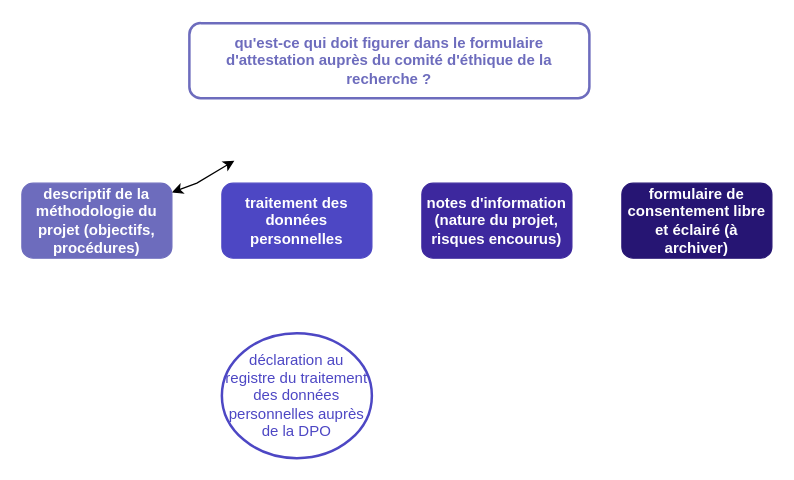
Above: Diagramme sans nom.drawio in damienbelveze/comite_ethique_diagramme (draw.io), before the change. Source tidied: cells renumbered, new cells numbered last; positions are measured from the earlier drawing's top-left corner, leaving out a move shared by most shapes. Both pictures are drawn from the tidied source at 125%, with x=0, y=0 at pixel (21, 22).
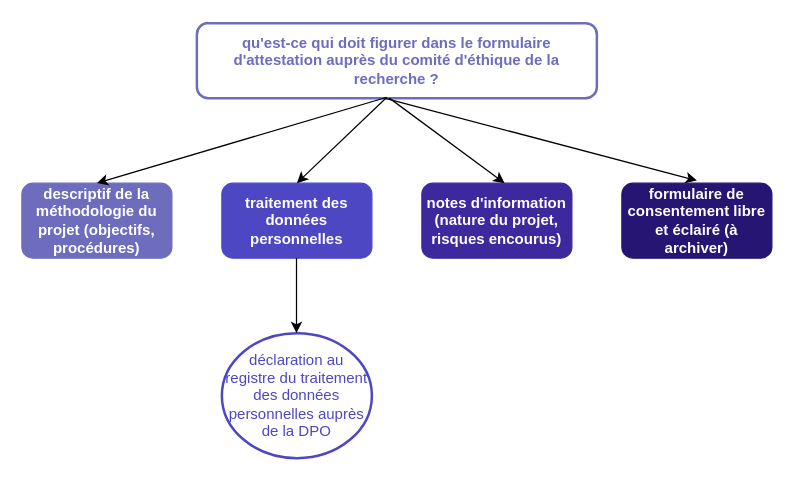
The same page after the edit.

Commit message:
Mettre à jour Diagramme sans nom.drawio

The edit, as a diff of the source:
```diff
@@
 <mxGraphModel>
   <root>
     <mxCell id="0" />
     <mxCell id="1" parent="0" />
     <mxCell id="2" value="qu'est-ce qui doit figurer dans le formulaire d'attestation auprès du comité d'éthique de la recherche ?" style="rounded=1;whiteSpace=wrap;html=1;strokeWidth=2;strokeColor=#6d6cbd;fontColor=#6d6cbd;fontStyle=1;" parent="1" vertex="1">
-      <mxGeometry x="134" width="320" height="60" as="geometry" />
+      <mxGeometry x="140" width="320" height="60" as="geometry" />
     </mxCell>
-    <mxCell id="3" style="endArrow=classic;startArrow=classic;html=1;rounded=0;" parent="1" edge="1" target="4">
-      <mxGeometry relative="1" as="geometry">
-        <mxPoint x="170" y="110" as="sourcePoint" />
-        <Array as="points">
-          <mxPoint x="140" y="128" />
-        </Array>
-      </mxGeometry>
-    </mxCell>
     <mxCell id="4" value="&lt;div&gt;descriptif de la méthodologie du projet (objectifs, procédures)&lt;/div&gt;" style="rounded=1;whiteSpace=wrap;html=1;gradientColor=none;fillColor=#6d6cbd;fontColor=#ffffff;fontStyle=1;strokeColor=#6d6cbd;" parent="1" vertex="1">
       <mxGeometry y="128" width="120" height="60" as="geometry" />
     </mxCell>
     <mxCell id="5" value="traitement des données personnelles" style="rounded=1;whiteSpace=wrap;html=1;strokeColor=#4d47c4;strokeWidth=1;fillColor=#4d47c4;fontStyle=1;fontColor=#ffffff;" parent="1" vertex="1">
       <mxGeometry x="160" y="128" width="120" height="60" as="geometry" />
     </mxCell>
     <mxCell id="6" value="notes d'information (nature du projet, risques encourus)" style="rounded=1;whiteSpace=wrap;html=1;fillColor=#3d289e;strokeColor=#3d289e;fontStyle=1;fontColor=#ffffff;" parent="1" vertex="1">
       <mxGeometry x="320" y="128" width="120" height="60" as="geometry" />
     </mxCell>
     <mxCell id="7" value="formulaire de consentement libre et éclairé (à archiver)" style="rounded=1;whiteSpace=wrap;html=1;fontColor=#ffffff;fillColor=#261573;strokeColor=#261573;fontStyle=1;" parent="1" vertex="1">
       <mxGeometry x="480" y="128" width="120" height="60" as="geometry" />
     </mxCell>
     <mxCell id="8" value="déclaration au registre du traitement des données personnelles auprès de la DPO" style="ellipse;whiteSpace=wrap;html=1;fontColor=#4d47c4;strokeColor=#4d47c4;strokeWidth=2;" parent="1" vertex="1">
       <mxGeometry x="160" y="248" width="120" height="100" as="geometry" />
     </mxCell>
+    <mxCell id="9" style="endArrow=classic;html=1;rounded=0;entryX=0.297;entryY=0.943;entryDx=0;entryDy=0;entryPerimeter=0;exitX=0.473;exitY=0.992;exitDx=0;exitDy=0;exitPerimeter=0;" parent="1" edge="1" source="2">
+      <mxGeometry relative="1" as="geometry">
+        <mxPoint x="60" y="128" as="targetPoint" />
+      </mxGeometry>
+    </mxCell>
+    <mxCell id="10" style="endArrow=classic;html=1;rounded=0;entryX=0.5;entryY=0;entryDx=0;entryDy=0;exitX=0.475;exitY=0.988;exitDx=0;exitDy=0;exitPerimeter=0;" parent="1" edge="1" source="2" target="5">
+      <mxGeometry relative="1" as="geometry" />
+    </mxCell>
+    <mxCell id="11" style="endArrow=classic;html=1;rounded=0;entryX=0.5;entryY=0;entryDx=0;entryDy=0;exitX=0.462;exitY=1.049;exitDx=0;exitDy=0;exitPerimeter=0;" parent="1" edge="1">
+      <mxGeometry relative="1" as="geometry">
+        <mxPoint x="294" y="60" as="sourcePoint" />
+        <mxPoint x="386.2" y="128" as="targetPoint" />
+      </mxGeometry>
+    </mxCell>
+    <mxCell id="12" style="endArrow=classic;html=1;rounded=0;entryX=0.5;entryY=0;entryDx=0;entryDy=0;" parent="1" edge="1">
+      <mxGeometry relative="1" as="geometry">
+        <mxPoint x="290" y="60" as="sourcePoint" />
+        <mxPoint x="540" y="126" as="targetPoint" />
+      </mxGeometry>
+    </mxCell>
+    <mxCell id="13" style="endArrow=classic;html=1;rounded=0;" parent="1" edge="1">
+      <mxGeometry relative="1" as="geometry">
+        <mxPoint x="219.7" y="188" as="sourcePoint" />
+        <mxPoint x="219.7" y="248" as="targetPoint" />
+      </mxGeometry>
+    </mxCell>
   </root>
 </mxGraphModel>
```
